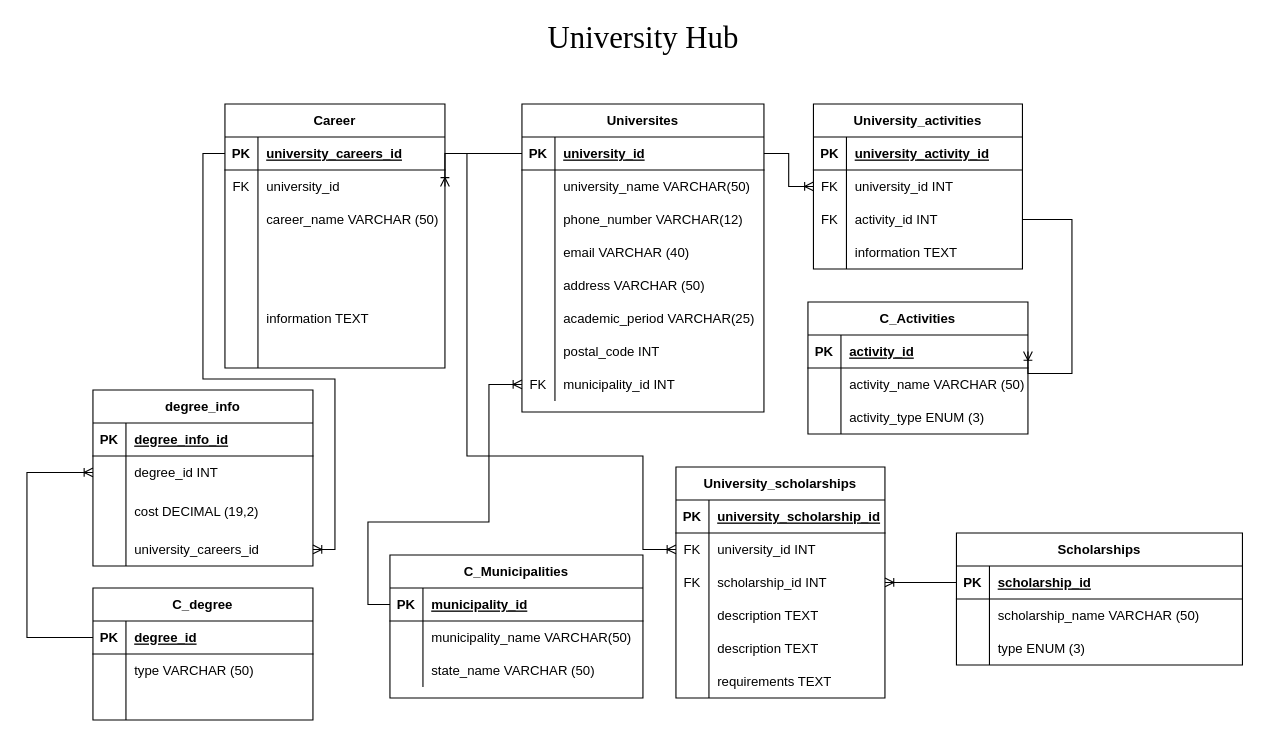
Above: Untitled Diagram.drawio in University-Hub/Entity-Relationship-Model (draw.io), before the change. Source tidied: cells renumbered, new cells numbered last; positions are measured from the earlier drawing's top-left corner, leaving out a move shared by most shapes. Both pictures are drawn from the tidied source at 110%, with x=0, y=0 at pixel (26, 26).
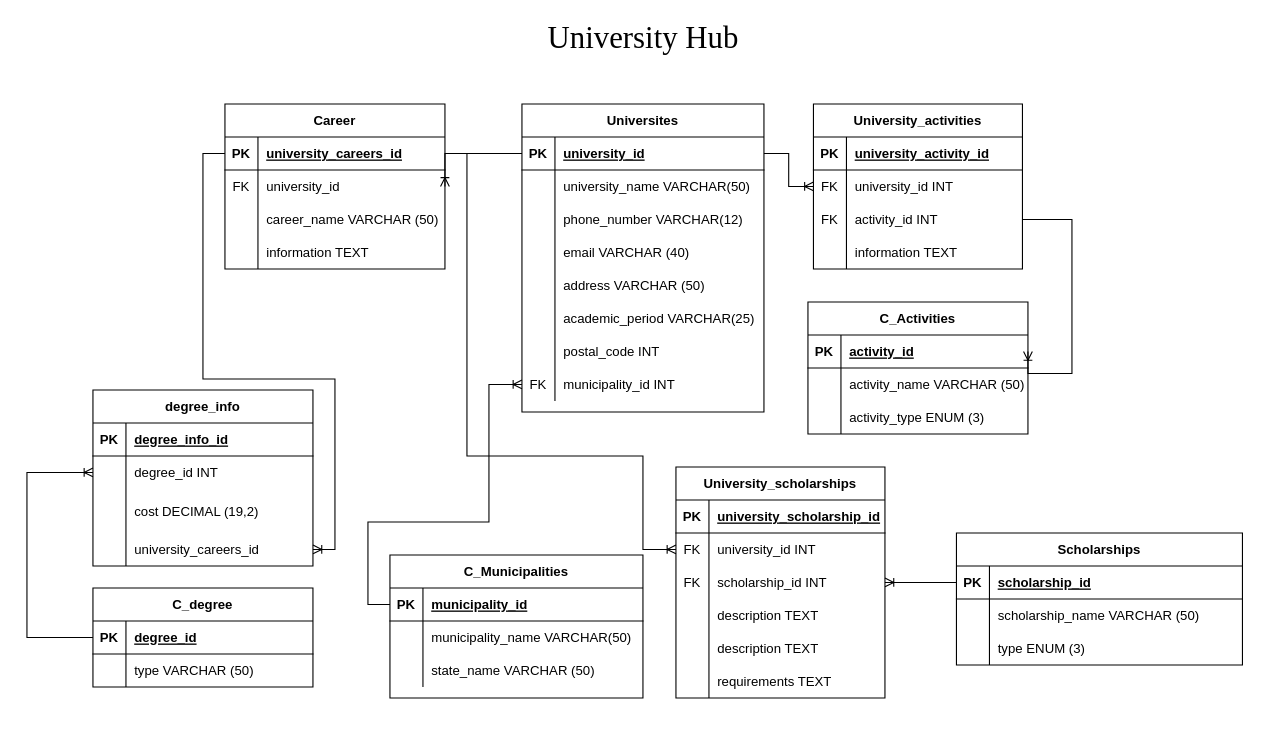
Above is the later version.

The edit, as a diff of the source:
```diff
@@
     <mxCell id="88" value="Career" style="shape=table;startSize=30;childLayout=tableLayout;rowLines=0;fontStyle=1;align=center;" parent="1" vertex="1">
-      <mxGeometry x="180" y="70" width="200" height="240" as="geometry" />
+      <mxGeometry x="180" y="70" width="200" height="150" as="geometry" />
     </mxCell>
@@
-    <mxCell id="98" style="shape=partialRectangle;fillColor=none;top=0;left=0;bottom=0;right=0;" parent="88" vertex="1">
-      <mxGeometry y="120" width="200" height="30" as="geometry" />
-    </mxCell>
-    <mxCell id="99" style="shape=partialRectangle;fillColor=none;top=0;left=0;bottom=0;right=0;overflow=hidden;" parent="98" vertex="1">
-      <mxGeometry width="30" height="30" as="geometry" />
-    </mxCell>
-    <mxCell id="100" style="shape=partialRectangle;fillColor=none;top=0;left=0;bottom=0;right=0;align=left;spacingLeft=6;overflow=hidden;" parent="98" vertex="1">
-      <mxGeometry x="30" width="170" height="30" as="geometry" />
-    </mxCell>
-    <mxCell id="101" style="shape=partialRectangle;fillColor=none;top=0;left=0;bottom=0;right=0;" parent="88" vertex="1">
-      <mxGeometry y="150" width="200" height="30" as="geometry" />
-    </mxCell>
-    <mxCell id="102" style="shape=partialRectangle;fillColor=none;top=0;left=0;bottom=0;right=0;overflow=hidden;" parent="101" vertex="1">
-      <mxGeometry width="30" height="30" as="geometry" />
-    </mxCell>
-    <mxCell id="103" style="shape=partialRectangle;fillColor=none;top=0;left=0;bottom=0;right=0;align=left;spacingLeft=6;overflow=hidden;" parent="101" vertex="1">
-      <mxGeometry x="30" width="170" height="30" as="geometry" />
-    </mxCell>
     <mxCell id="104" style="shape=partialRectangle;fillColor=none;top=0;left=0;bottom=0;right=0;" parent="88" vertex="1">
-      <mxGeometry y="180" width="200" height="30" as="geometry" />
+      <mxGeometry y="120" width="200" height="30" as="geometry" />
     </mxCell>
@@
-    <mxCell id="107" style="shape=partialRectangle;fillColor=none;top=0;left=0;bottom=0;right=0;" parent="88" vertex="1">
-      <mxGeometry y="210" width="200" height="30" as="geometry" />
-    </mxCell>
-    <mxCell id="108" style="shape=partialRectangle;fillColor=none;top=0;left=0;bottom=0;right=0;overflow=hidden;" parent="107" vertex="1">
-      <mxGeometry width="30" height="30" as="geometry" />
-    </mxCell>
-    <mxCell id="109" style="shape=partialRectangle;fillColor=none;top=0;left=0;bottom=0;right=0;align=left;spacingLeft=6;overflow=hidden;" parent="107" vertex="1">
-      <mxGeometry x="30" width="170" height="30" as="geometry" />
-    </mxCell>
@@
     <mxCell id="123" value="C_degree" style="shape=table;startSize=30;childLayout=tableLayout;rowLines=0;fontStyle=1;align=center;" parent="1" vertex="1">
-      <mxGeometry x="60" y="510" width="200" height="120" as="geometry" />
+      <mxGeometry x="60" y="510" width="200" height="90" as="geometry" />
     </mxCell>
@@
-    <mxCell id="130" style="shape=partialRectangle;fillColor=none;top=0;left=0;bottom=0;right=0;" parent="123" vertex="1">
-      <mxGeometry y="90" width="200" height="30" as="geometry" />
-    </mxCell>
-    <mxCell id="131" style="shape=partialRectangle;fillColor=none;top=0;left=0;bottom=0;right=0;overflow=hidden;" parent="130" vertex="1">
-      <mxGeometry width="30" height="30" as="geometry" />
-    </mxCell>
-    <mxCell id="132" style="shape=partialRectangle;fillColor=none;top=0;left=0;bottom=0;right=0;align=left;spacingLeft=6;overflow=hidden;" parent="130" vertex="1">
-      <mxGeometry x="30" width="170" height="30" as="geometry" />
-    </mxCell>
```
